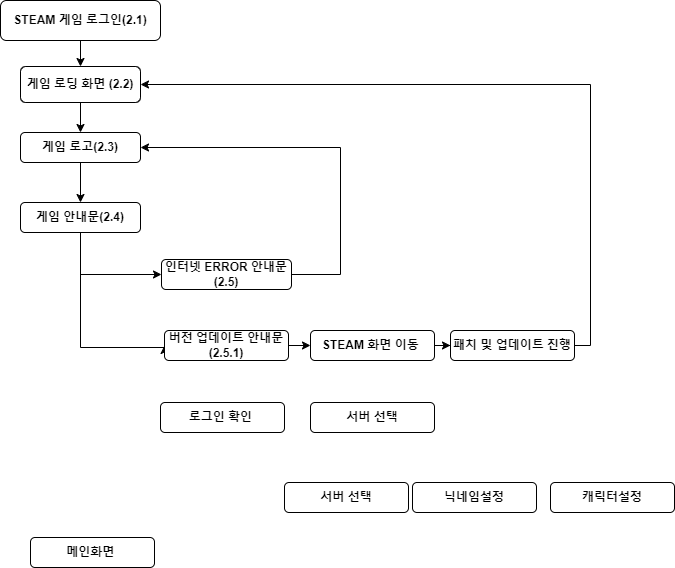
Above: 게임진행_순서도.drawio.png in DeokgyunSHIN/Game_Flowchart (draw.io), before the change. Source tidied: cells renumbered, new cells last; positions are measured from the earlier drawing's top-left corner, leaving out a move shared by most shapes.
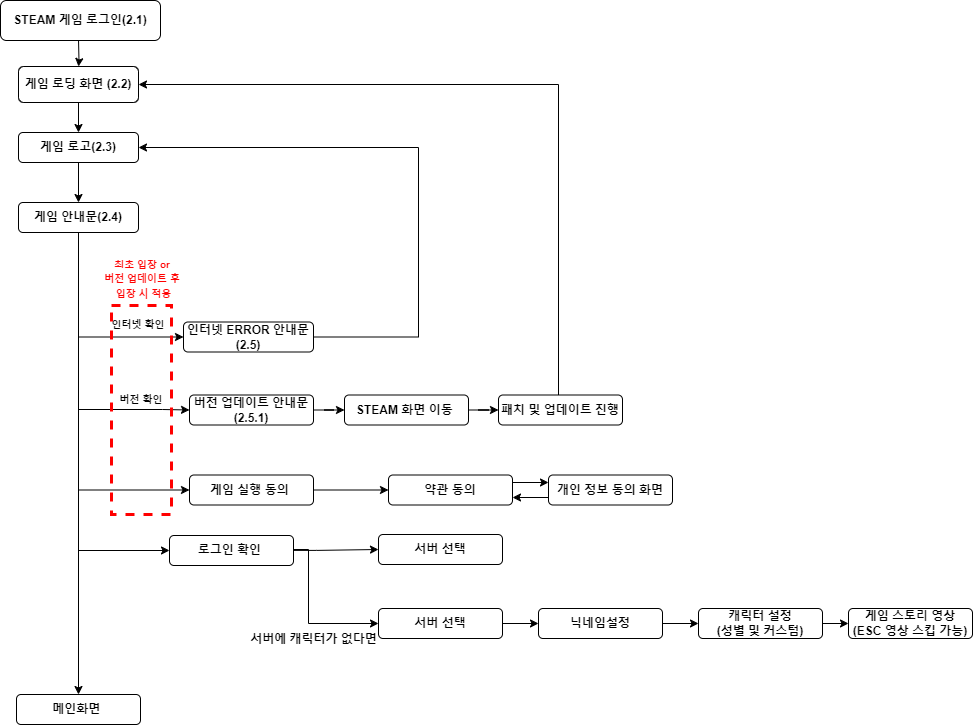
The same file after the commit.

Commit message:
게임진행_순서도.drawio.png 업데이트

Change to the diagram source:
```diff
@@ -2,26 +2,31 @@
   <root>
     <mxCell id="0" />
     <mxCell id="1" parent="0" />
-    <mxCell id="2" style="edgeStyle=orthogonalEdgeStyle;rounded=0;jettySize=auto;html=1;" parent="1" edge="1" source="3" target="6">
-      <mxGeometry relative="1" as="geometry" />
+    <mxCell id="2" style="edgeStyle=orthogonalEdgeStyle;rounded=0;jettySize=auto;html=1;" parent="1" edge="1" target="6">
+      <mxGeometry relative="1" as="geometry">
+        <mxPoint x="80" y="-22" as="sourcePoint" />
+      </mxGeometry>
     </mxCell>
     <mxCell id="3" value="STEAM 게임 로그인(2.1)" style="rounded=1;whiteSpace=wrap;html=1;fontStyle=1;" parent="1" vertex="1">
-      <mxGeometry width="160" height="40" as="geometry" />
+      <mxGeometry x="2" y="-62" width="160" height="40" as="geometry" />
     </mxCell>
-    <mxCell id="4" style="edgeStyle=orthogonalEdgeStyle;rounded=0;orthogonalLoop=1;jettySize=auto;html=1;exitX=0.5;exitY=1;exitDx=0;exitDy=0;" parent="1" edge="1" source="3" target="3">
-      <mxGeometry relative="1" as="geometry" />
+    <mxCell id="4" style="edgeStyle=orthogonalEdgeStyle;rounded=0;orthogonalLoop=1;jettySize=auto;html=1;exitX=0.5;exitY=1;exitDx=0;exitDy=0;" parent="1" edge="1">
+      <mxGeometry relative="1" as="geometry">
+        <mxPoint x="80" y="-22" as="sourcePoint" />
+        <mxPoint x="80" y="-22" as="targetPoint" />
+      </mxGeometry>
     </mxCell>
     <mxCell id="5" style="edgeStyle=orthogonalEdgeStyle;rounded=0;jettySize=auto;html=1;entryX=0.5;entryY=0;entryDx=0;entryDy=0;" parent="1" edge="1" source="6" target="8">
       <mxGeometry relative="1" as="geometry" />
     </mxCell>
     <mxCell id="6" value="게임 로딩 화면 (2.2)" style="rounded=1;whiteSpace=wrap;html=1;fontStyle=1;" parent="1" vertex="1">
-      <mxGeometry x="20" y="66" width="120" height="36" as="geometry" />
+      <mxGeometry x="20" y="4" width="120" height="36" as="geometry" />
     </mxCell>
     <mxCell id="7" style="edgeStyle=orthogonalEdgeStyle;rounded=0;jettySize=auto;html=1;" parent="1" edge="1" source="8" target="11">
       <mxGeometry relative="1" as="geometry" />
     </mxCell>
     <mxCell id="8" value="게임 로고(2.3)" style="rounded=1;whiteSpace=wrap;html=1;fontStyle=1;" parent="1" vertex="1">
-      <mxGeometry x="20" y="132" width="120" height="30" as="geometry" />
+      <mxGeometry x="20" y="70" width="120" height="30" as="geometry" />
     </mxCell>
     <mxCell id="9" style="edgeStyle=orthogonalEdgeStyle;rounded=0;jettySize=auto;html=1;entryX=0;entryY=0.5;entryDx=0;entryDy=0;exitX=0.5;exitY=1;exitDx=0;exitDy=0;" parent="1" edge="1" source="11" target="13">
       <mxGeometry relative="1" as="geometry">
@@ -34,63 +39,134 @@
       <mxGeometry relative="1" as="geometry">
         <Array as="points">
           <mxPoint x="80" y="347" />
+          <mxPoint x="164" y="347" />
         </Array>
       </mxGeometry>
     </mxCell>
+    <mxCell id="26" style="edgeStyle=orthogonalEdgeStyle;rounded=0;jettySize=auto;html=1;entryX=0;entryY=0.5;entryDx=0;entryDy=0;exitX=0.5;exitY=1;exitDx=0;exitDy=0;" parent="1" edge="1" source="11" target="20">
+      <mxGeometry relative="1" as="geometry" />
+    </mxCell>
+    <mxCell id="27" style="edgeStyle=orthogonalEdgeStyle;rounded=0;jettySize=auto;html=1;" parent="1" edge="1" source="11" target="25">
+      <mxGeometry relative="1" as="geometry" />
+    </mxCell>
+    <mxCell id="28" style="edgeStyle=orthogonalEdgeStyle;rounded=0;jettySize=auto;html=1;entryX=0;entryY=0.5;entryDx=0;entryDy=0;exitX=0.5;exitY=1;exitDx=0;exitDy=0;" parent="1" edge="1" source="11" target="37">
+      <mxGeometry relative="1" as="geometry" />
+    </mxCell>
     <mxCell id="11" value="게임 안내문(2.4)" style="rounded=1;whiteSpace=wrap;html=1;fontStyle=1;" parent="1" vertex="1">
-      <mxGeometry x="20" y="202" width="120" height="30" as="geometry" />
+      <mxGeometry x="20" y="140" width="120" height="30" as="geometry" />
     </mxCell>
     <mxCell id="12" style="edgeStyle=orthogonalEdgeStyle;rounded=0;jettySize=auto;html=1;entryX=1;entryY=0.5;entryDx=0;entryDy=0;" parent="1" edge="1" source="13" target="8">
       <mxGeometry relative="1" as="geometry">
         <Array as="points">
-          <mxPoint x="340" y="274" />
-          <mxPoint x="340" y="147" />
+          <mxPoint x="420" y="275" />
+          <mxPoint x="420" y="85" />
         </Array>
       </mxGeometry>
     </mxCell>
     <mxCell id="13" value="인터넷 ERROR 안내문(2.5)" style="rounded=1;whiteSpace=wrap;html=1;fontStyle=1;" parent="1" vertex="1">
-      <mxGeometry x="161" y="259" width="130" height="30" as="geometry" />
+      <mxGeometry x="185" y="259.5" width="130" height="30" as="geometry" />
     </mxCell>
     <mxCell id="14" style="edgeStyle=orthogonalEdgeStyle;rounded=0;jettySize=auto;html=1;" parent="1" edge="1" source="15" target="17">
       <mxGeometry relative="1" as="geometry" />
     </mxCell>
     <mxCell id="15" value="버전 업데이트 안내문(2.5.1)" style="rounded=1;whiteSpace=wrap;html=1;fontStyle=1;" parent="1" vertex="1">
-      <mxGeometry x="164" y="330" width="124" height="30" as="geometry" />
+      <mxGeometry x="191" y="332.5" width="124" height="30" as="geometry" />
     </mxCell>
     <mxCell id="16" style="edgeStyle=orthogonalEdgeStyle;rounded=0;jettySize=auto;html=1;entryX=0;entryY=0.5;entryDx=0;entryDy=0;" parent="1" edge="1" source="17" target="19">
       <mxGeometry relative="1" as="geometry" />
     </mxCell>
     <mxCell id="17" value="STEAM 화면 이동&amp;nbsp;" style="rounded=1;whiteSpace=wrap;html=1;fontStyle=1;" parent="1" vertex="1">
-      <mxGeometry x="310" y="330" width="124" height="30" as="geometry" />
+      <mxGeometry x="346" y="332.5" width="124" height="30" as="geometry" />
     </mxCell>
     <mxCell id="18" style="edgeStyle=orthogonalEdgeStyle;rounded=0;jettySize=auto;html=1;entryX=1;entryY=0.5;entryDx=0;entryDy=0;" parent="1" edge="1" source="19" target="6">
       <mxGeometry relative="1" as="geometry">
         <Array as="points">
-          <mxPoint x="590" y="345" />
-          <mxPoint x="590" y="84" />
+          <mxPoint x="560" y="22" />
         </Array>
       </mxGeometry>
     </mxCell>
     <mxCell id="19" value="패치 및 업데이트 진행" style="rounded=1;whiteSpace=wrap;html=1;fontStyle=1;" parent="1" vertex="1">
-      <mxGeometry x="450" y="330" width="124" height="30" as="geometry" />
+      <mxGeometry x="500" y="332.5" width="124" height="30" as="geometry" />
     </mxCell>
+    <mxCell id="29" style="edgeStyle=orthogonalEdgeStyle;rounded=0;jettySize=auto;html=1;entryX=0;entryY=0.5;entryDx=0;entryDy=0;" parent="1" edge="1" target="21">
+      <mxGeometry relative="1" as="geometry">
+        <mxPoint x="295" y="487.9" as="sourcePoint" />
+        <Array as="points">
+          <mxPoint x="318" y="488" />
+        </Array>
+      </mxGeometry>
+    </mxCell>
+    <mxCell id="30" style="edgeStyle=orthogonalEdgeStyle;rounded=0;jettySize=auto;html=1;entryX=0;entryY=0.5;entryDx=0;entryDy=0;exitX=1;exitY=0.5;exitDx=0;exitDy=0;" parent="1" edge="1" source="20" target="22">
+      <mxGeometry relative="1" as="geometry">
+        <Array as="points">
+          <mxPoint x="295" y="487" />
+          <mxPoint x="310" y="487" />
+          <mxPoint x="310" y="561" />
+        </Array>
+      </mxGeometry>
+    </mxCell>
     <mxCell id="20" value="로그인 확인&amp;nbsp;" style="rounded=1;whiteSpace=wrap;html=1;fontStyle=1;" parent="1" vertex="1">
-      <mxGeometry x="160" y="402" width="124" height="30" as="geometry" />
+      <mxGeometry x="171" y="473" width="124" height="30" as="geometry" />
     </mxCell>
     <mxCell id="21" value="서버 선택" style="rounded=1;whiteSpace=wrap;html=1;fontStyle=1;" parent="1" vertex="1">
-      <mxGeometry x="310" y="402" width="124" height="30" as="geometry" />
+      <mxGeometry x="380" y="472" width="124" height="30" as="geometry" />
     </mxCell>
+    <mxCell id="31" style="edgeStyle=orthogonalEdgeStyle;rounded=0;jettySize=auto;html=1;fontStyle=1;" parent="1" edge="1" source="22" target="23">
+      <mxGeometry relative="1" as="geometry" />
+    </mxCell>
     <mxCell id="22" value="서버 선택" style="rounded=1;whiteSpace=wrap;html=1;fontStyle=1;" parent="1" vertex="1">
-      <mxGeometry x="284" y="482" width="124" height="30" as="geometry" />
+      <mxGeometry x="380" y="546" width="124" height="30" as="geometry" />
     </mxCell>
+    <mxCell id="32" style="edgeStyle=orthogonalEdgeStyle;rounded=0;jettySize=auto;html=1;fontStyle=1;" parent="1" edge="1" source="23" target="24">
+      <mxGeometry relative="1" as="geometry" />
+    </mxCell>
     <mxCell id="23" value="닉네임설정" style="rounded=1;whiteSpace=wrap;html=1;fontStyle=1;" parent="1" vertex="1">
-      <mxGeometry x="412" y="482" width="124" height="30" as="geometry" />
+      <mxGeometry x="540" y="546" width="124" height="30" as="geometry" />
     </mxCell>
+    <mxCell id="33" style="edgeStyle=orthogonalEdgeStyle;rounded=0;jettySize=auto;html=1;fontStyle=1;" parent="1" edge="1" source="24" target="43">
+      <mxGeometry relative="1" as="geometry" />
+    </mxCell>
-    <mxCell id="24" value="캐릭터설정" style="rounded=1;whiteSpace=wrap;html=1;fontStyle=1;" parent="1" vertex="1">
-      <mxGeometry x="550" y="482" width="124" height="30" as="geometry" />
+    <mxCell id="24" value="캐릭터 설정&lt;div&gt;(성별 및 커스텀)&lt;/div&gt;" style="rounded=1;whiteSpace=wrap;html=1;fontStyle=1;" parent="1" vertex="1">
+      <mxGeometry x="700" y="546" width="124" height="30" as="geometry" />
     </mxCell>
     <mxCell id="25" value="메인화면&amp;nbsp;" style="rounded=1;whiteSpace=wrap;html=1;fontStyle=1;" parent="1" vertex="1">
-      <mxGeometry x="30" y="537" width="124" height="30" as="geometry" />
+      <mxGeometry x="18" y="632" width="124" height="30" as="geometry" />
     </mxCell>
+    <mxCell id="34" value="&lt;font style=&quot;font-size: 10px;&quot;&gt;인터넷 확인&lt;/font&gt;" style="text;html=1;align=center;verticalAlign=middle;whiteSpace=wrap;rounded=0;fontStyle=1;" parent="1" vertex="1">
+      <mxGeometry x="105" y="252" width="70" height="20" as="geometry" />
+    </mxCell>
+    <mxCell id="35" value="&lt;font style=&quot;font-size: 10px;&quot;&gt;버전 확인&lt;/font&gt;" style="text;html=1;align=center;verticalAlign=middle;whiteSpace=wrap;rounded=0;fontStyle=1;" parent="1" vertex="1">
+      <mxGeometry x="108" y="327" width="70" height="20" as="geometry" />
+    </mxCell>
+    <mxCell id="36" style="edgeStyle=orthogonalEdgeStyle;rounded=0;jettySize=auto;html=1;" parent="1" edge="1" source="37" target="38">
+      <mxGeometry relative="1" as="geometry" />
+    </mxCell>
+    <mxCell id="37" value="게임 실행 동의&amp;nbsp;" style="rounded=1;whiteSpace=wrap;html=1;fontStyle=1;" parent="1" vertex="1">
+      <mxGeometry x="191" y="412.5" width="124" height="30" as="geometry" />
+    </mxCell>
+    <mxCell id="38" value="약관 동의" style="rounded=1;whiteSpace=wrap;html=1;fontStyle=1;" parent="1" vertex="1">
+      <mxGeometry x="390" y="412.5" width="124" height="30" as="geometry" />
+    </mxCell>
+    <mxCell id="39" value="개인 정보 동의 화면" style="rounded=1;whiteSpace=wrap;html=1;fontStyle=1;" parent="1" vertex="1">
+      <mxGeometry x="550" y="412.5" width="124" height="30" as="geometry" />
+    </mxCell>
+    <mxCell id="40" style="endArrow=classic;html=1;rounded=0;entryX=0;entryY=0.25;entryDx=0;entryDy=0;exitX=1;exitY=0.25;exitDx=0;exitDy=0;" parent="1" edge="1" source="38" target="39">
+      <mxGeometry relative="1" as="geometry" />
+    </mxCell>
+    <mxCell id="41" style="endArrow=classic;html=1;rounded=0;entryX=1;entryY=0.75;entryDx=0;entryDy=0;exitX=0;exitY=0.75;exitDx=0;exitDy=0;" parent="1" edge="1" source="39" target="38">
+      <mxGeometry relative="1" as="geometry" />
+    </mxCell>
+    <mxCell id="42" value="서버에 캐릭터가 없다면" style="text;html=1;align=center;verticalAlign=middle;whiteSpace=wrap;rounded=0;fontStyle=1;" parent="1" vertex="1">
+      <mxGeometry x="251" y="562" width="129" height="30" as="geometry" />
+    </mxCell>
+    <mxCell id="43" value="게임 스토리 영상&lt;div&gt;(ESC 영상 스킵 가능)&lt;/div&gt;" style="rounded=1;whiteSpace=wrap;html=1;fontStyle=1;" parent="1" vertex="1">
+      <mxGeometry x="850" y="546" width="124" height="30" as="geometry" />
+    </mxCell>
+    <mxCell id="44" style="rounded=0;whiteSpace=wrap;html=1;fillColor=none;strokeColor=#FF0000;strokeWidth=3;dashed=1;" parent="1" vertex="1">
+      <mxGeometry x="113" y="243" width="60" height="209" as="geometry" />
+    </mxCell>
+    <mxCell id="45" value="&lt;span style=&quot;font-size: 10px;&quot;&gt;&lt;font color=&quot;#ff0000&quot;&gt;최초 입장 or&amp;nbsp;&lt;/font&gt;&lt;/span&gt;&lt;div&gt;&lt;span style=&quot;font-size: 10px;&quot;&gt;&lt;font color=&quot;#ff0000&quot;&gt;버전 업데이트 후&amp;nbsp;&lt;/font&gt;&lt;/span&gt;&lt;/div&gt;&lt;div&gt;&lt;span style=&quot;font-size: 10px;&quot;&gt;&lt;font color=&quot;#ff0000&quot;&gt;입장 시 적용&lt;/font&gt;&lt;/span&gt;&lt;/div&gt;&lt;div&gt;&lt;div&gt;&lt;br&gt;&lt;/div&gt;&lt;/div&gt;" style="text;html=1;align=center;verticalAlign=middle;whiteSpace=wrap;rounded=0;fontStyle=1;" parent="1" vertex="1">
+      <mxGeometry x="80.5" y="203" width="129" height="40" as="geometry" />
+    </mxCell>
   </root>
 </mxGraphModel>
```
